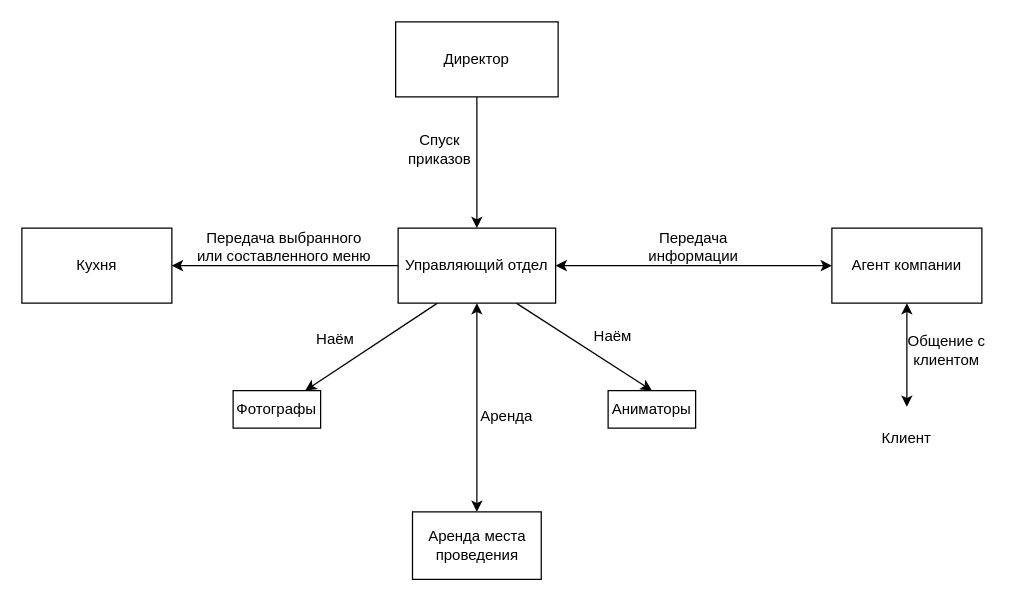
Earlier version of the draw.io diagram Схема информационных потоков процесса .drawio (Aazmandiuc/DataBases). Source tidied: cells renumbered, new cells numbered last; positions are measured from the earlier drawing's top-left corner, leaving out a move shared by most shapes. Both pictures are drawn from the tidied source at 125%, with x=0, y=0 at pixel (21, 21).
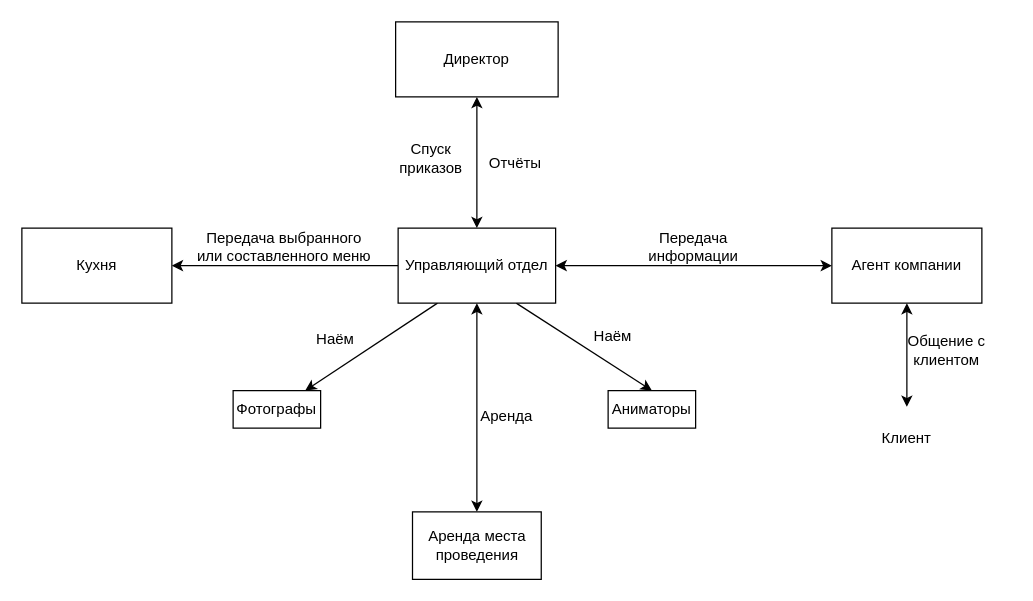
After the change.

The change refers to these unchanged cells:
```xml
<mxCell id="3" value="Директор" style="rounded=0;whiteSpace=wrap;html=1;" parent="1" vertex="1">
  <mxGeometry x="299" width="130" height="60" as="geometry" />
</mxCell>
<mxCell id="10" value="Управляющий отдел" style="rounded=0;whiteSpace=wrap;html=1;" parent="1" vertex="1">
  <mxGeometry x="301" y="165" width="126" height="60" as="geometry" />
</mxCell>
```

The edit, as a diff of the source:
```diff
@@
-    <mxCell id="2" style="jettySize=auto;html=1;exitX=0.5;exitY=1;exitDx=0;exitDy=0;entryX=0.5;entryY=0;entryDx=0;entryDy=0;rounded=0;" parent="1" edge="1" source="3" target="10">
+    <mxCell id="2" style="jettySize=auto;html=1;exitX=0.5;exitY=1;exitDx=0;exitDy=0;entryX=0.5;entryY=0;entryDx=0;entryDy=0;rounded=0;startArrow=classic;startFill=1;" parent="1" edge="1" source="3" target="10">
       <mxGeometry relative="1" as="geometry" />
     </mxCell>
@@
     <mxCell id="23" value="Спуск приказов" style="text;html=1;strokeColor=none;fillColor=none;align=center;verticalAlign=middle;whiteSpace=wrap;rounded=0;" parent="1" vertex="1">
-      <mxGeometry x="297" y="81" width="75" height="42" as="geometry" />
+      <mxGeometry x="290" y="88" width="75" height="42" as="geometry" />
     </mxCell>
+    <mxCell id="24" value="Отчёты" style="text;html=1;strokeColor=none;fillColor=none;align=center;verticalAlign=middle;whiteSpace=wrap;rounded=0;" parent="1" vertex="1">
+      <mxGeometry x="365" y="98" width="60" height="30" as="geometry" />
+    </mxCell>
```
